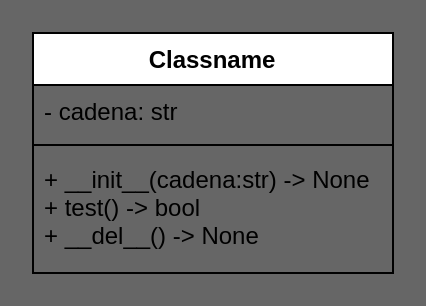
This is Palindromo.instancias/UML.drawio from alejandru00/Ejercicios-de-Clases-de-POO, a draw.io file, before an edit. Source tidied: cells renumbered, new cells numbered last; positions are measured from the earlier drawing's top-left corner, leaving out a move shared by most shapes. Both pictures are drawn from the tidied source at 200%, with x=0, y=0 at pixel (32, 32).
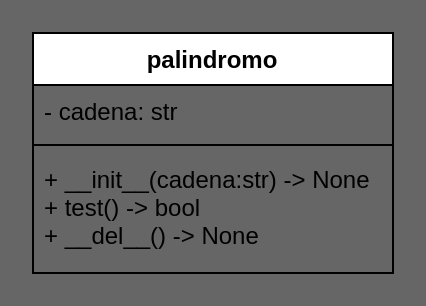
After the change.

The edit, as a diff of the source:
```diff
@@
 <mxGraphModel background="#666666">
   <root>
     <mxCell id="0" />
     <mxCell id="1" parent="0" />
-    <mxCell id="2" value="Classname" style="swimlane;fontStyle=1;align=center;verticalAlign=top;horizontal=1;startSize=26;" parent="1" vertex="1">
+    <mxCell id="2" value="palindromo" style="swimlane;fontStyle=1;align=center;verticalAlign=top;horizontal=1;startSize=26;" parent="1" vertex="1">
       <mxGeometry width="180" height="120" as="geometry" />
     </mxCell>
     <mxCell id="3" value="- cadena: str" style="text;strokeColor=none;fillColor=none;align=left;verticalAlign=top;spacingLeft=4;spacingRight=4;overflow=hidden;" parent="2" vertex="1">
       <mxGeometry y="26" width="180" height="26" as="geometry" />
     </mxCell>
     <mxCell id="4" style="line;strokeWidth=1;fillColor=none;align=left;verticalAlign=middle;spacingTop=-1;spacingLeft=3;spacingRight=3;labelPosition=right;strokeColor=inherit;" parent="2" vertex="1">
       <mxGeometry y="52" width="180" height="8" as="geometry" />
     </mxCell>
     <mxCell id="5" value="+ __init__(cadena:str) -&gt; None&#10;+ test() -&gt; bool&#10;+ __del__() -&gt; None" style="text;strokeColor=none;fillColor=none;align=left;verticalAlign=top;spacingLeft=4;spacingRight=4;overflow=hidden;" parent="2" vertex="1">
       <mxGeometry y="60" width="180" height="60" as="geometry" />
     </mxCell>
   </root>
 </mxGraphModel>
```
